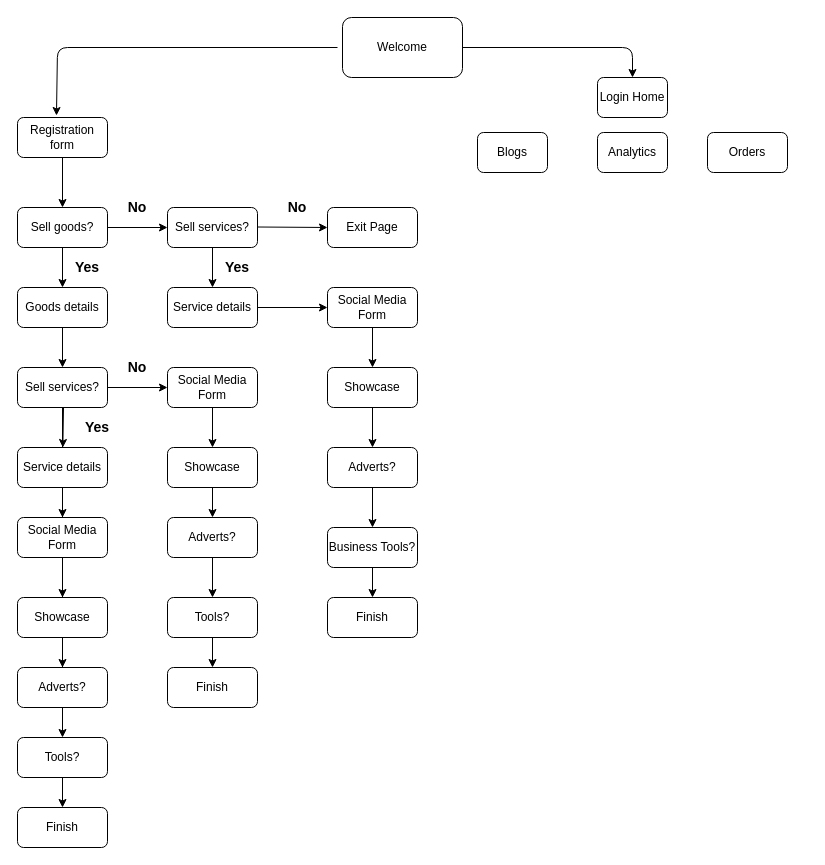
Earlier version of the draw.io diagram app_eng_updated.drawio (willdonlan8/test). Source tidied: cells renumbered, new cells numbered last; positions are measured from the earlier drawing's top-left corner, leaving out a move shared by most shapes. Both pictures are drawn from the tidied source at 100%, with x=0, y=0 at pixel (17, 17).
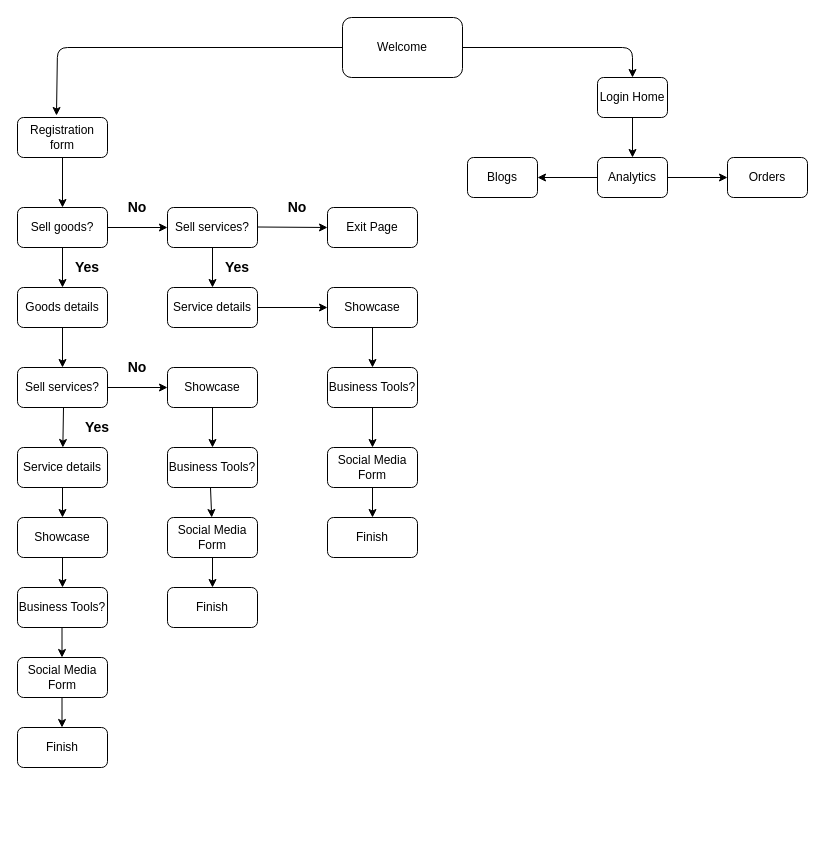
The same page after the edit.

The change refers to these unchanged cells:
```xml
<mxCell id="2" value="Welcome" style="rounded=1;whiteSpace=wrap;html=1;" parent="1" vertex="1">
  <mxGeometry x="325" width="120" height="60" as="geometry" />
</mxCell>
<mxCell id="7" value="Registration form" style="rounded=1;whiteSpace=wrap;html=1;" parent="1" vertex="1">
  <mxGeometry y="100" width="90" height="40" as="geometry" />
</mxCell>
<mxCell id="16" value="Service details" style="rounded=1;whiteSpace=wrap;html=1;" parent="1" vertex="1">
  <mxGeometry x="150" y="270" width="90" height="40" as="geometry" />
</mxCell>
<mxCell id="19" value="Sell services?" style="rounded=1;whiteSpace=wrap;html=1;" parent="1" vertex="1">
  <mxGeometry y="350" width="90" height="40" as="geometry" />
</mxCell>
<mxCell id="21" value="Service details" style="rounded=1;whiteSpace=wrap;html=1;" parent="1" vertex="1">
  <mxGeometry y="430" width="90" height="40" as="geometry" />
</mxCell>
```

The edit, as a diff of the source:
```diff
@@
     <mxCell id="3" value="Blogs" style="rounded=1;whiteSpace=wrap;html=1;" parent="1" vertex="1">
-      <mxGeometry x="460" y="115" width="70" height="40" as="geometry" />
+      <mxGeometry x="450" y="140" width="70" height="40" as="geometry" />
     </mxCell>
@@
     <mxCell id="5" value="Orders" style="rounded=1;whiteSpace=wrap;html=1;" parent="1" vertex="1">
-      <mxGeometry x="690" y="115" width="80" height="40" as="geometry" />
+      <mxGeometry x="710" y="140" width="80" height="40" as="geometry" />
     </mxCell>
     <mxCell id="6" value="Analytics" style="rounded=1;whiteSpace=wrap;html=1;" parent="1" vertex="1">
-      <mxGeometry x="580" y="115" width="70" height="40" as="geometry" />
+      <mxGeometry x="580" y="140" width="70" height="40" as="geometry" />
     </mxCell>
@@
-    <mxCell id="13" style="edgeStyle=orthogonalEdgeStyle;rounded=0;jettySize=auto;html=1;" parent="1" edge="1" source="14" target="30">
-      <mxGeometry relative="1" as="geometry" />
-    </mxCell>
     <mxCell id="14" value="Social Media Form" style="rounded=1;whiteSpace=wrap;html=1;" parent="1" vertex="1">
-      <mxGeometry x="310" y="270" width="90" height="40" as="geometry" />
+      <mxGeometry x="310" y="430" width="90" height="40" as="geometry" />
     </mxCell>
-    <mxCell id="15" style="edgeStyle=orthogonalEdgeStyle;rounded=0;jettySize=auto;html=1;" parent="1" edge="1" source="16" target="14">
-      <mxGeometry relative="1" as="geometry" />
-    </mxCell>
@@
-    <mxCell id="17" style="edgeStyle=orthogonalEdgeStyle;rounded=0;jettySize=auto;html=1;" parent="1" edge="1" source="19" target="35">
-      <mxGeometry relative="1" as="geometry" />
-    </mxCell>
-    <mxCell id="18" style="edgeStyle=orthogonalEdgeStyle;rounded=0;jettySize=auto;html=1;" parent="1" edge="1" source="19" target="23">
-      <mxGeometry relative="1" as="geometry" />
-    </mxCell>
@@
-    <mxCell id="20" style="edgeStyle=orthogonalEdgeStyle;rounded=0;jettySize=auto;html=1;" parent="1" edge="1" source="21" target="25">
-      <mxGeometry relative="1" as="geometry" />
-    </mxCell>
@@
-    <mxCell id="22" style="edgeStyle=orthogonalEdgeStyle;rounded=0;jettySize=auto;html=1;" parent="1" edge="1" source="23" target="26">
-      <mxGeometry relative="1" as="geometry" />
-    </mxCell>
     <mxCell id="23" value="Social Media Form" style="rounded=1;whiteSpace=wrap;html=1;" parent="1" vertex="1">
-      <mxGeometry y="500" width="90" height="40" as="geometry" />
+      <mxGeometry y="640" width="90" height="40" as="geometry" />
     </mxCell>
@@
     <mxCell id="25" value="Showcase" style="rounded=1;whiteSpace=wrap;html=1;" parent="1" vertex="1">
-      <mxGeometry y="580" width="90" height="40" as="geometry" />
+      <mxGeometry y="500" width="90" height="40" as="geometry" />
     </mxCell>
-    <mxCell id="26" value="Adverts?" style="rounded=1;whiteSpace=wrap;html=1;" parent="1" vertex="1">
-      <mxGeometry y="650" width="90" height="40" as="geometry" />
-    </mxCell>
-    <mxCell id="27" value="Tools?" style="rounded=1;whiteSpace=wrap;html=1;" parent="1" vertex="1">
-      <mxGeometry y="720" width="90" height="40" as="geometry" />
+    <mxCell id="27" value="Business Tools?" style="rounded=1;whiteSpace=wrap;html=1;" parent="1" vertex="1">
+      <mxGeometry y="570" width="90" height="40" as="geometry" />
     </mxCell>
     <mxCell id="28" value="Finish" style="rounded=1;whiteSpace=wrap;html=1;" parent="1" vertex="1">
-      <mxGeometry y="790" width="90" height="40" as="geometry" />
+      <mxGeometry y="710" width="90" height="40" as="geometry" />
     </mxCell>
-    <mxCell id="29" style="edgeStyle=orthogonalEdgeStyle;rounded=0;jettySize=auto;html=1;" parent="1" edge="1" source="30" target="31">
-      <mxGeometry relative="1" as="geometry" />
-    </mxCell>
     <mxCell id="30" value="Showcase" style="rounded=1;whiteSpace=wrap;html=1;" parent="1" vertex="1">
-      <mxGeometry x="310" y="350" width="90" height="40" as="geometry" />
+      <mxGeometry x="310" y="270" width="90" height="40" as="geometry" />
     </mxCell>
-    <mxCell id="31" value="Adverts?" style="rounded=1;whiteSpace=wrap;html=1;" parent="1" vertex="1">
-      <mxGeometry x="310" y="430" width="90" height="40" as="geometry" />
-    </mxCell>
-    <mxCell id="32" style="edgeStyle=orthogonalEdgeStyle;rounded=0;jettySize=auto;html=1;" parent="1" edge="1" source="33" target="34">
-      <mxGeometry relative="1" as="geometry" />
-    </mxCell>
     <mxCell id="33" value="Business Tools?" style="rounded=1;whiteSpace=wrap;html=1;" parent="1" vertex="1">
-      <mxGeometry x="310" y="510" width="90" height="40" as="geometry" />
+      <mxGeometry x="310" y="350" width="90" height="40" as="geometry" />
     </mxCell>
     <mxCell id="34" value="Finish" style="rounded=1;whiteSpace=wrap;html=1;" parent="1" vertex="1">
-      <mxGeometry x="310" y="580" width="90" height="40" as="geometry" />
+      <mxGeometry x="310" y="500" width="90" height="40" as="geometry" />
     </mxCell>
     <mxCell id="35" value="Social Media Form" style="rounded=1;whiteSpace=wrap;html=1;" parent="1" vertex="1">
-      <mxGeometry x="150" y="350" width="90" height="40" as="geometry" />
+      <mxGeometry x="150" y="500" width="90" height="40" as="geometry" />
     </mxCell>
     <mxCell id="36" value="Showcase" style="rounded=1;whiteSpace=wrap;html=1;" parent="1" vertex="1">
-      <mxGeometry x="150" y="430" width="90" height="40" as="geometry" />
+      <mxGeometry x="150" y="350" width="90" height="40" as="geometry" />
     </mxCell>
-    <mxCell id="37" value="Adverts?" style="rounded=1;whiteSpace=wrap;html=1;" parent="1" vertex="1">
-      <mxGeometry x="150" y="500" width="90" height="40" as="geometry" />
-    </mxCell>
-    <mxCell id="38" style="edgeStyle=orthogonalEdgeStyle;rounded=0;jettySize=auto;html=1;" parent="1" edge="1" source="39" target="40">
-      <mxGeometry relative="1" as="geometry" />
-    </mxCell>
-    <mxCell id="39" value="Tools?" style="rounded=1;whiteSpace=wrap;html=1;" parent="1" vertex="1">
-      <mxGeometry x="150" y="580" width="90" height="40" as="geometry" />
+    <mxCell id="39" value="Business Tools?" style="rounded=1;whiteSpace=wrap;html=1;" parent="1" vertex="1">
+      <mxGeometry x="150" y="430" width="90" height="40" as="geometry" />
     </mxCell>
     <mxCell id="40" value="Finish" style="rounded=1;whiteSpace=wrap;html=1;" parent="1" vertex="1">
-      <mxGeometry x="150" y="650" width="90" height="40" as="geometry" />
+      <mxGeometry x="150" y="570" width="90" height="40" as="geometry" />
     </mxCell>
-    <mxCell id="41" style="endArrow=classic;html=1;entryX=0.433;entryY=-0.05;entryDx=0;entryDy=0;entryPerimeter=0;" parent="1" edge="1" target="7">
+    <mxCell id="41" style="endArrow=classic;html=1;entryX=0.433;entryY=-0.05;entryDx=0;entryDy=0;entryPerimeter=0;exitX=0;exitY=0.5;exitDx=0;exitDy=0;" parent="1" edge="1" source="2" target="7">
       <mxGeometry relative="1" as="geometry">
-        <mxPoint x="320" y="30" as="sourcePoint" />
         <Array as="points">
           <mxPoint x="40" y="30" />
         </Array>
       </mxGeometry>
     </mxCell>
@@
-    <mxCell id="47" style="endArrow=classic;html=1;exitX=0.5;exitY=1;exitDx=0;exitDy=0;" parent="1" edge="1" source="31" target="33">
-      <mxGeometry relative="1" as="geometry" />
-    </mxCell>
@@
-    <mxCell id="49" style="endArrow=classic;html=1;exitX=0.5;exitY=1;exitDx=0;exitDy=0;entryX=0.5;entryY=0;entryDx=0;entryDy=0;" parent="1" edge="1" source="35" target="36">
-      <mxGeometry relative="1" as="geometry" />
-    </mxCell>
@@
-    <mxCell id="51" style="endArrow=classic;html=1;exitX=0.5;exitY=1;exitDx=0;exitDy=0;" parent="1" edge="1" source="36" target="37">
-      <mxGeometry relative="1" as="geometry" />
-    </mxCell>
-    <mxCell id="52" style="endArrow=classic;html=1;exitX=0.5;exitY=1;exitDx=0;exitDy=0;" parent="1" edge="1" source="37">
-      <mxGeometry relative="1" as="geometry">
-        <mxPoint x="195" y="580" as="targetPoint" />
-      </mxGeometry>
-    </mxCell>
@@
-    <mxCell id="59" style="endArrow=classic;html=1;" parent="1" edge="1" target="28">
-      <mxGeometry relative="1" as="geometry">
-        <mxPoint x="45" y="760" as="sourcePoint" />
-      </mxGeometry>
-    </mxCell>
+    <mxCell id="60" style="endArrow=classic;html=1;" parent="1" edge="1" target="30">
+      <mxGeometry relative="1" as="geometry">
+        <mxPoint x="240" y="290" as="sourcePoint" />
+      </mxGeometry>
+    </mxCell>
+    <mxCell id="61" style="endArrow=classic;html=1;entryX=0.5;entryY=0;entryDx=0;entryDy=0;exitX=0.5;exitY=1;exitDx=0;exitDy=0;" parent="1" edge="1" source="30" target="33">
+      <mxGeometry relative="1" as="geometry" />
+    </mxCell>
+    <mxCell id="62" style="endArrow=classic;html=1;entryX=0.5;entryY=0;entryDx=0;entryDy=0;exitX=0.5;exitY=1;exitDx=0;exitDy=0;" parent="1" edge="1" source="33" target="14">
+      <mxGeometry relative="1" as="geometry" />
+    </mxCell>
+    <mxCell id="63" style="endArrow=classic;html=1;entryX=0.5;entryY=0;entryDx=0;entryDy=0;exitX=0.5;exitY=1;exitDx=0;exitDy=0;" parent="1" edge="1" source="14" target="34">
+      <mxGeometry relative="1" as="geometry" />
+    </mxCell>
+    <mxCell id="64" style="endArrow=classic;html=1;exitX=1;exitY=0.5;exitDx=0;exitDy=0;" parent="1" edge="1" source="19">
+      <mxGeometry relative="1" as="geometry">
+        <mxPoint x="150" y="370" as="targetPoint" />
+      </mxGeometry>
+    </mxCell>
+    <mxCell id="65" style="endArrow=classic;html=1;entryX=0.5;entryY=0;entryDx=0;entryDy=0;exitX=0.5;exitY=1;exitDx=0;exitDy=0;" parent="1" edge="1" source="36" target="39">
+      <mxGeometry relative="1" as="geometry" />
+    </mxCell>
+    <mxCell id="66" style="endArrow=classic;html=1;" parent="1" edge="1" target="35">
+      <mxGeometry relative="1" as="geometry">
+        <mxPoint x="193" y="470" as="sourcePoint" />
+      </mxGeometry>
+    </mxCell>
+    <mxCell id="67" style="endArrow=classic;html=1;" parent="1" edge="1" target="40">
+      <mxGeometry relative="1" as="geometry">
+        <mxPoint x="195" y="540" as="sourcePoint" />
+      </mxGeometry>
+    </mxCell>
+    <mxCell id="68" style="endArrow=classic;html=1;entryX=0.5;entryY=0;entryDx=0;entryDy=0;" parent="1" edge="1" target="25">
+      <mxGeometry relative="1" as="geometry">
+        <mxPoint x="45" y="470" as="sourcePoint" />
+      </mxGeometry>
+    </mxCell>
+    <mxCell id="69" style="endArrow=classic;html=1;entryX=0.5;entryY=0;entryDx=0;entryDy=0;" parent="1" edge="1">
+      <mxGeometry relative="1" as="geometry">
+        <mxPoint x="44.5" y="610" as="sourcePoint" />
+        <mxPoint x="44.5" y="640" as="targetPoint" />
+      </mxGeometry>
+    </mxCell>
+    <mxCell id="70" style="endArrow=classic;html=1;entryX=0.5;entryY=0;entryDx=0;entryDy=0;" parent="1" edge="1">
+      <mxGeometry relative="1" as="geometry">
+        <mxPoint x="44.5" y="680" as="sourcePoint" />
+        <mxPoint x="44.5" y="710" as="targetPoint" />
+      </mxGeometry>
+    </mxCell>
+    <mxCell id="71" style="endArrow=classic;html=1;entryX=0.5;entryY=0;entryDx=0;entryDy=0;" parent="1" edge="1" target="6">
+      <mxGeometry relative="1" as="geometry">
+        <mxPoint x="615" y="100" as="sourcePoint" />
+      </mxGeometry>
+    </mxCell>
+    <mxCell id="72" style="endArrow=classic;html=1;entryX=0;entryY=0.5;entryDx=0;entryDy=0;" parent="1" edge="1" target="5">
+      <mxGeometry relative="1" as="geometry">
+        <mxPoint x="650" y="160" as="sourcePoint" />
+      </mxGeometry>
+    </mxCell>
+    <mxCell id="73" style="endArrow=classic;html=1;entryX=1;entryY=0.5;entryDx=0;entryDy=0;" parent="1" edge="1" target="3">
+      <mxGeometry relative="1" as="geometry">
+        <mxPoint x="580" y="160" as="sourcePoint" />
+      </mxGeometry>
+    </mxCell>
```
